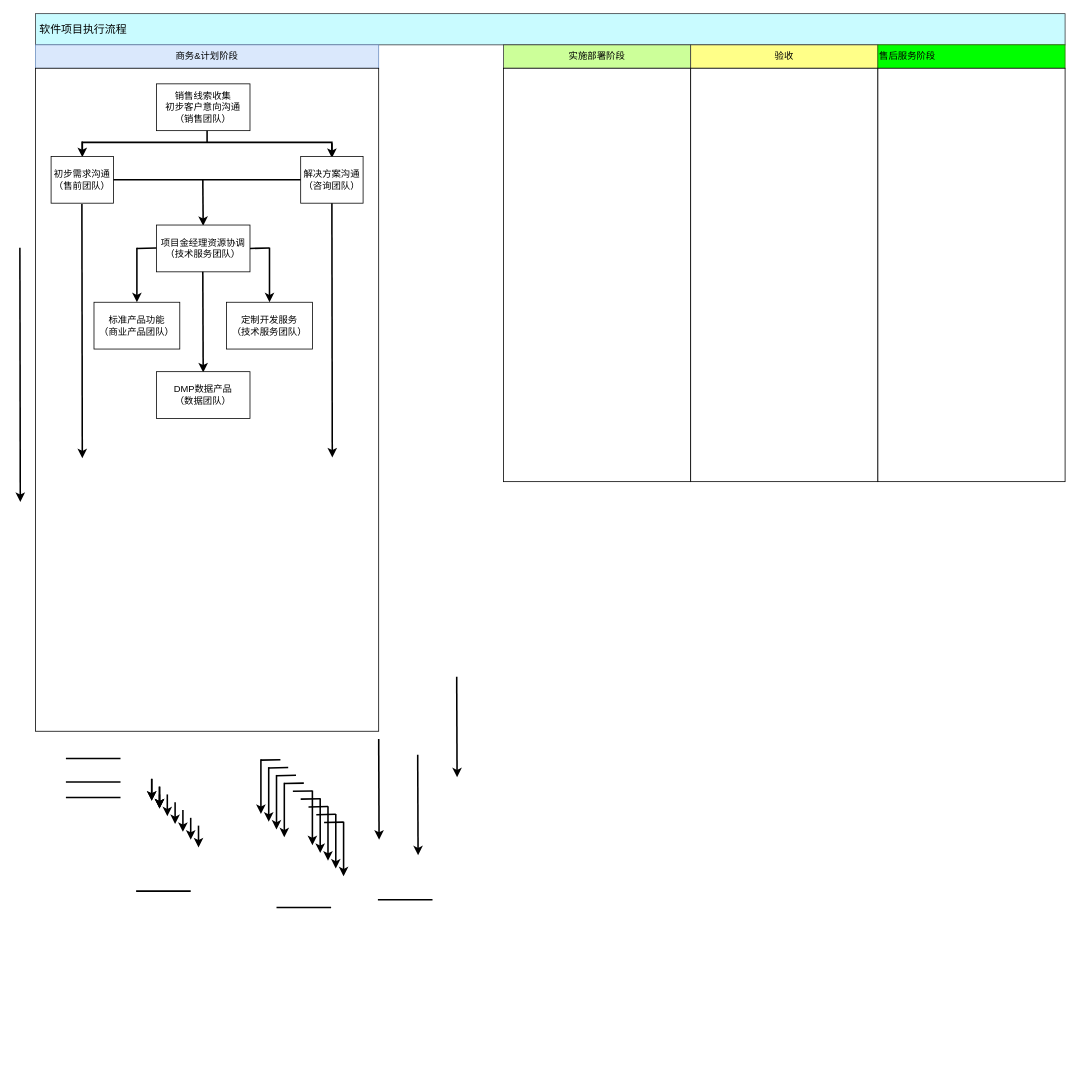
pingxinerlun/Demo keeps this draw.io diagram as 未命名绘图.drawio. Above is the earlier version. Source tidied: cells renumbered, new cells numbered last; positions are measured from the earlier drawing's top-left corner, leaving out a move shared by most shapes. Both pictures are drawn from the tidied source at 78%, with x=0, y=0 at pixel (20, 13).
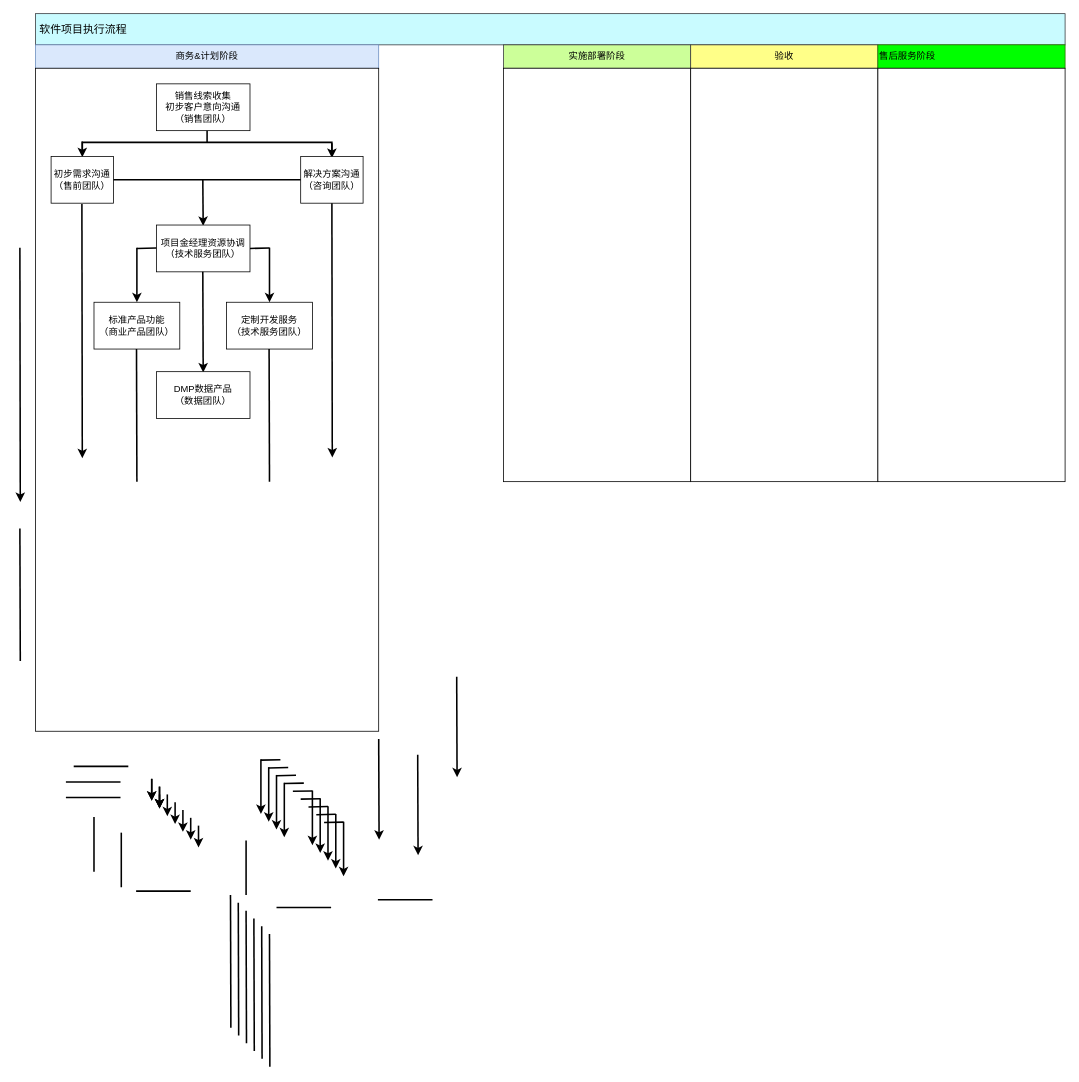
The same diagram, later.

Commit message:
竖长线条添加.drawio

What changed in the source:
```diff
@@
     <mxCell id="35" style="endArrow=none;html=1;strokeWidth=2;" parent="1" edge="1">
       <mxGeometry relative="1" as="geometry">
-        <mxPoint x="59" y="955" as="sourcePoint" />
-        <mxPoint x="129" y="955" as="targetPoint" />
+        <mxPoint x="130" y="1120" as="sourcePoint" />
+        <mxPoint x="130" y="1050" as="targetPoint" />
       </mxGeometry>
     </mxCell>
@@
+    <mxCell id="68" style="endArrow=none;html=1;strokeWidth=2;" parent="1" edge="1">
+      <mxGeometry relative="1" as="geometry">
+        <mxPoint x="69" y="965" as="sourcePoint" />
+        <mxPoint x="139" y="965" as="targetPoint" />
+      </mxGeometry>
+    </mxCell>
+    <mxCell id="69" style="endArrow=none;html=1;strokeWidth=2;" parent="1" edge="1">
+      <mxGeometry relative="1" as="geometry">
+        <mxPoint x="95" y="1100" as="sourcePoint" />
+        <mxPoint x="95" y="1030" as="targetPoint" />
+      </mxGeometry>
+    </mxCell>
+    <mxCell id="70" style="endArrow=none;html=1;strokeWidth=2;" parent="1" edge="1">
+      <mxGeometry relative="1" as="geometry">
+        <mxPoint x="150" y="600" as="sourcePoint" />
+        <mxPoint x="149.5" y="430" as="targetPoint" />
+      </mxGeometry>
+    </mxCell>
+    <mxCell id="71" style="endArrow=none;html=1;strokeWidth=2;" parent="1" edge="1">
+      <mxGeometry relative="1" as="geometry">
+        <mxPoint x="290" y="1130" as="sourcePoint" />
+        <mxPoint x="290" y="1060" as="targetPoint" />
+      </mxGeometry>
+    </mxCell>
+    <mxCell id="72" style="endArrow=none;html=1;strokeWidth=2;" parent="1" edge="1">
+      <mxGeometry relative="1" as="geometry">
+        <mxPoint x="270.5" y="1300" as="sourcePoint" />
+        <mxPoint x="270" y="1130" as="targetPoint" />
+      </mxGeometry>
+    </mxCell>
+    <mxCell id="73" style="endArrow=none;html=1;strokeWidth=2;" parent="1" edge="1">
+      <mxGeometry relative="1" as="geometry">
+        <mxPoint x="320" y="600" as="sourcePoint" />
+        <mxPoint x="319.5" y="430" as="targetPoint" />
+      </mxGeometry>
+    </mxCell>
+    <mxCell id="74" style="endArrow=none;html=1;strokeWidth=2;" parent="1" edge="1">
+      <mxGeometry relative="1" as="geometry">
+        <mxPoint x="0.5" y="830" as="sourcePoint" />
+        <mxPoint y="660" as="targetPoint" />
+      </mxGeometry>
+    </mxCell>
+    <mxCell id="75" style="endArrow=none;html=1;strokeWidth=2;" parent="1" edge="1">
+      <mxGeometry relative="1" as="geometry">
+        <mxPoint x="280.5" y="1310" as="sourcePoint" />
+        <mxPoint x="280" y="1140" as="targetPoint" />
+      </mxGeometry>
+    </mxCell>
+    <mxCell id="76" style="endArrow=none;html=1;strokeWidth=2;" parent="1" edge="1">
+      <mxGeometry relative="1" as="geometry">
+        <mxPoint x="290.5" y="1320" as="sourcePoint" />
+        <mxPoint x="290" y="1150" as="targetPoint" />
+      </mxGeometry>
+    </mxCell>
+    <mxCell id="77" style="endArrow=none;html=1;strokeWidth=2;" parent="1" edge="1">
+      <mxGeometry relative="1" as="geometry">
+        <mxPoint x="300.5" y="1330" as="sourcePoint" />
+        <mxPoint x="300" y="1160" as="targetPoint" />
+      </mxGeometry>
+    </mxCell>
+    <mxCell id="78" style="endArrow=none;html=1;strokeWidth=2;" parent="1" edge="1">
+      <mxGeometry relative="1" as="geometry">
+        <mxPoint x="310.5" y="1340" as="sourcePoint" />
+        <mxPoint x="310" y="1170" as="targetPoint" />
+      </mxGeometry>
+    </mxCell>
+    <mxCell id="79" style="endArrow=none;html=1;strokeWidth=2;" parent="1" edge="1">
+      <mxGeometry relative="1" as="geometry">
+        <mxPoint x="320.5" y="1350" as="sourcePoint" />
+        <mxPoint x="320" y="1180" as="targetPoint" />
+      </mxGeometry>
+    </mxCell>
```
